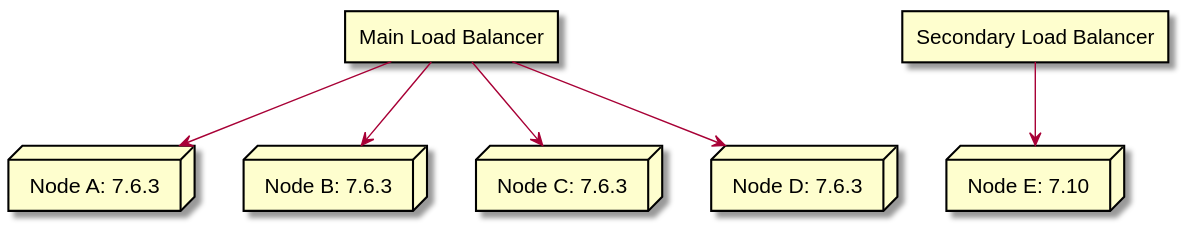
Before: documentation/components/upgrade_without_downtimes/mw-784-2.svg, a diagram exported from PlantUML (open-xchange/appsuite-middleware). Source of this version:
```plantuml
@startuml
rectangle "Main Load Balancer"
rectangle "Secondary Load Balancer"

node "Node A: 7.6.3"
node "Node B: 7.6.3"
node "Node C: 7.6.3"
node "Node D: 7.6.3"
node "Node E: 7.10"

[Main Load Balancer] --> [Node A: 7.6.3]
[Main Load Balancer] --> [Node B: 7.6.3]
[Main Load Balancer] --> [Node C: 7.6.3]
[Main Load Balancer] --> [Node D: 7.6.3]
[Secondary Load Balancer] --> [Node E: 7.10]


@enduml
```
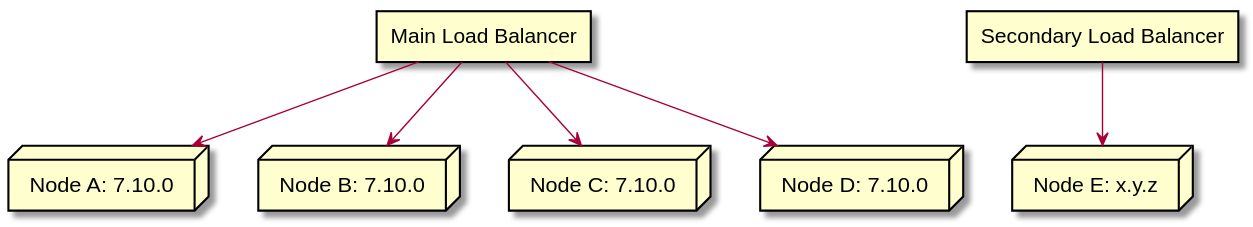
The same diagram one commit later.

Change to the diagram source:
```diff
@@ -2,17 +2,17 @@
 rectangle "Main Load Balancer"
 rectangle "Secondary Load Balancer"
 
-node "Node A: 7.6.3"
-node "Node B: 7.6.3"
-node "Node C: 7.6.3"
-node "Node D: 7.6.3"
-node "Node E: 7.10"
+node "Node A: 7.10.0"
+node "Node B: 7.10.0"
+node "Node C: 7.10.0"
+node "Node D: 7.10.0"
+node "Node E: x.y.z"
 
-[Main Load Balancer] --> [Node A: 7.6.3]
-[Main Load Balancer] --> [Node B: 7.6.3]
-[Main Load Balancer] --> [Node C: 7.6.3]
-[Main Load Balancer] --> [Node D: 7.6.3]
-[Secondary Load Balancer] --> [Node E: 7.10]
+[Main Load Balancer] --> [Node A: 7.10.0]
+[Main Load Balancer] --> [Node B: 7.10.0]
+[Main Load Balancer] --> [Node C: 7.10.0]
+[Main Load Balancer] --> [Node D: 7.10.0]
+[Secondary Load Balancer] --> [Node E: x.y.z]
 
 
 @enduml
```
